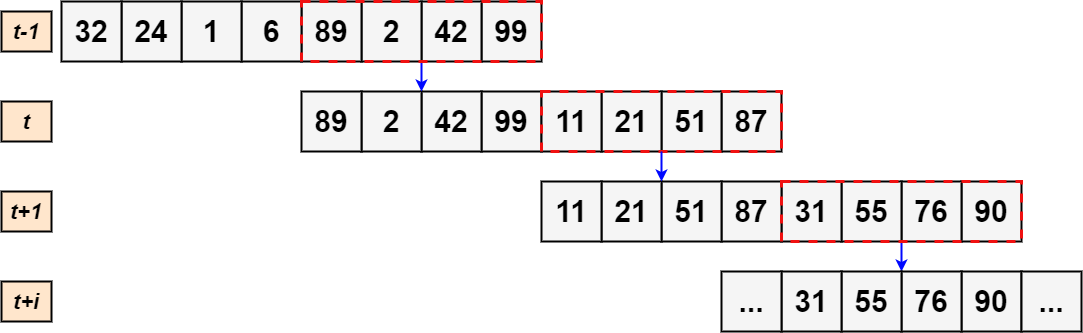
manuelpagliuca/seta-distributed-system keeps this draw.io diagram as diagrams/sliding_window.png. Above is the earlier version. Source tidied: cells renumbered, new cells last; positions are measured from the earlier drawing's top-left corner, leaving out a move shared by most shapes.
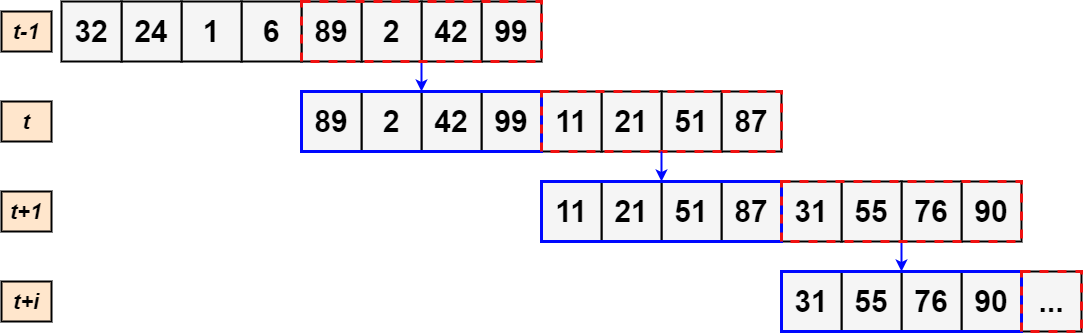
After the commit.

Commit message:
changing diagram for sliding window

The edit, as a diff of the source:
```diff
@@ -65,6 +65,9 @@
     <mxCell id="22" style="rounded=0;whiteSpace=wrap;html=1;fillColor=none;dashed=1;strokeColor=#F01111;strokeWidth=3;" parent="4" vertex="1">
       <mxGeometry x="240" width="240" height="60" as="geometry" />
     </mxCell>
+    <mxCell id="43" style="rounded=0;whiteSpace=wrap;html=1;fillColor=none;strokeWidth=3;strokeColor=#0008FF;" parent="4" vertex="1">
+      <mxGeometry x="240" y="90" width="240" height="60" as="geometry" />
+    </mxCell>
     <mxCell id="23" style="rounded=0;whiteSpace=wrap;html=1;fillColor=none;dashed=1;strokeColor=#F01111;strokeWidth=3;" parent="4" vertex="1">
       <mxGeometry x="480" y="90" width="240" height="60" as="geometry" />
     </mxCell>
@@ -100,9 +103,6 @@
         <mxPoint x="900" y="270" as="targetPoint" />
       </mxGeometry>
     </mxCell>
-    <mxCell id="34" style="rounded=0;whiteSpace=wrap;html=1;fillColor=none;dashed=1;strokeColor=#F01111;strokeWidth=3;" parent="1" vertex="1">
-      <mxGeometry x="780" y="180" width="240" height="60" as="geometry" />
-    </mxCell>
     <mxCell id="35" style="edgeStyle=orthogonalEdgeStyle;rounded=0;jettySize=auto;html=1;entryX=1;entryY=0;entryDx=0;entryDy=0;strokeColor=#0008FF;strokeWidth=2;" parent="1" edge="1" source="23" target="31">
       <mxGeometry relative="1" as="geometry" />
     </mxCell>
@@ -118,14 +118,23 @@
     <mxCell id="39" value="&lt;span style=&quot;font-size: 30px&quot;&gt;&lt;b&gt;&lt;font color=&quot;#000000&quot;&gt;31&lt;/font&gt;&lt;/b&gt;&lt;/span&gt;" style="rounded=0;whiteSpace=wrap;html=1;labelBackgroundColor=none;fillColor=#f5f5f5;fontColor=#333333;strokeColor=#000000;strokeWidth=2;" parent="1" vertex="1">
       <mxGeometry x="780" y="270" width="60" height="60" as="geometry" />
     </mxCell>
-    <mxCell id="40" value="&lt;span style=&quot;font-size: 30px&quot;&gt;&lt;b&gt;&lt;font color=&quot;#000000&quot;&gt;...&lt;/font&gt;&lt;/b&gt;&lt;/span&gt;" style="rounded=0;whiteSpace=wrap;html=1;labelBackgroundColor=none;fillColor=#f5f5f5;fontColor=#333333;strokeColor=#000000;strokeWidth=2;" parent="1" vertex="1">
-      <mxGeometry x="720" y="270" width="60" height="60" as="geometry" />
-    </mxCell>
     <mxCell id="41" value="&lt;span style=&quot;font-size: 30px&quot;&gt;&lt;b&gt;&lt;font color=&quot;#000000&quot;&gt;...&lt;/font&gt;&lt;/b&gt;&lt;/span&gt;" style="rounded=0;whiteSpace=wrap;html=1;labelBackgroundColor=none;fillColor=#f5f5f5;fontColor=#333333;strokeColor=#000000;strokeWidth=2;" parent="1" vertex="1">
       <mxGeometry x="1020" y="270" width="60" height="60" as="geometry" />
     </mxCell>
     <mxCell id="42" value="&lt;font color=&quot;#000000&quot; size=&quot;1&quot;&gt;&lt;b style=&quot;font-size: 22px&quot;&gt;&lt;i&gt;t+i&lt;/i&gt;&lt;/b&gt;&lt;/font&gt;" style="rounded=0;whiteSpace=wrap;html=1;labelBackgroundColor=none;strokeWidth=2;fillColor=#ffe6cc;strokeColor=#000000;" parent="1" vertex="1">
       <mxGeometry y="280" width="50" height="40" as="geometry" />
     </mxCell>
+    <mxCell id="44" style="rounded=0;whiteSpace=wrap;html=1;fillColor=none;strokeWidth=3;strokeColor=#0008FF;" parent="1" vertex="1">
+      <mxGeometry x="540" y="180" width="240" height="60" as="geometry" />
+    </mxCell>
+    <mxCell id="45" style="rounded=0;whiteSpace=wrap;html=1;fillColor=none;strokeWidth=3;strokeColor=#0008FF;" parent="1" vertex="1">
+      <mxGeometry x="780" y="270" width="240" height="60" as="geometry" />
+    </mxCell>
+    <mxCell id="34" style="rounded=0;whiteSpace=wrap;html=1;fillColor=none;dashed=1;strokeColor=#F01111;strokeWidth=3;" parent="1" vertex="1">
+      <mxGeometry x="780" y="180" width="240" height="60" as="geometry" />
+    </mxCell>
+    <mxCell id="46" style="rounded=0;whiteSpace=wrap;html=1;fillColor=none;dashed=1;strokeColor=#F01111;strokeWidth=3;" parent="1" vertex="1">
+      <mxGeometry x="1020" y="270" width="60" height="60" as="geometry" />
+    </mxCell>
   </root>
 </mxGraphModel>
```
